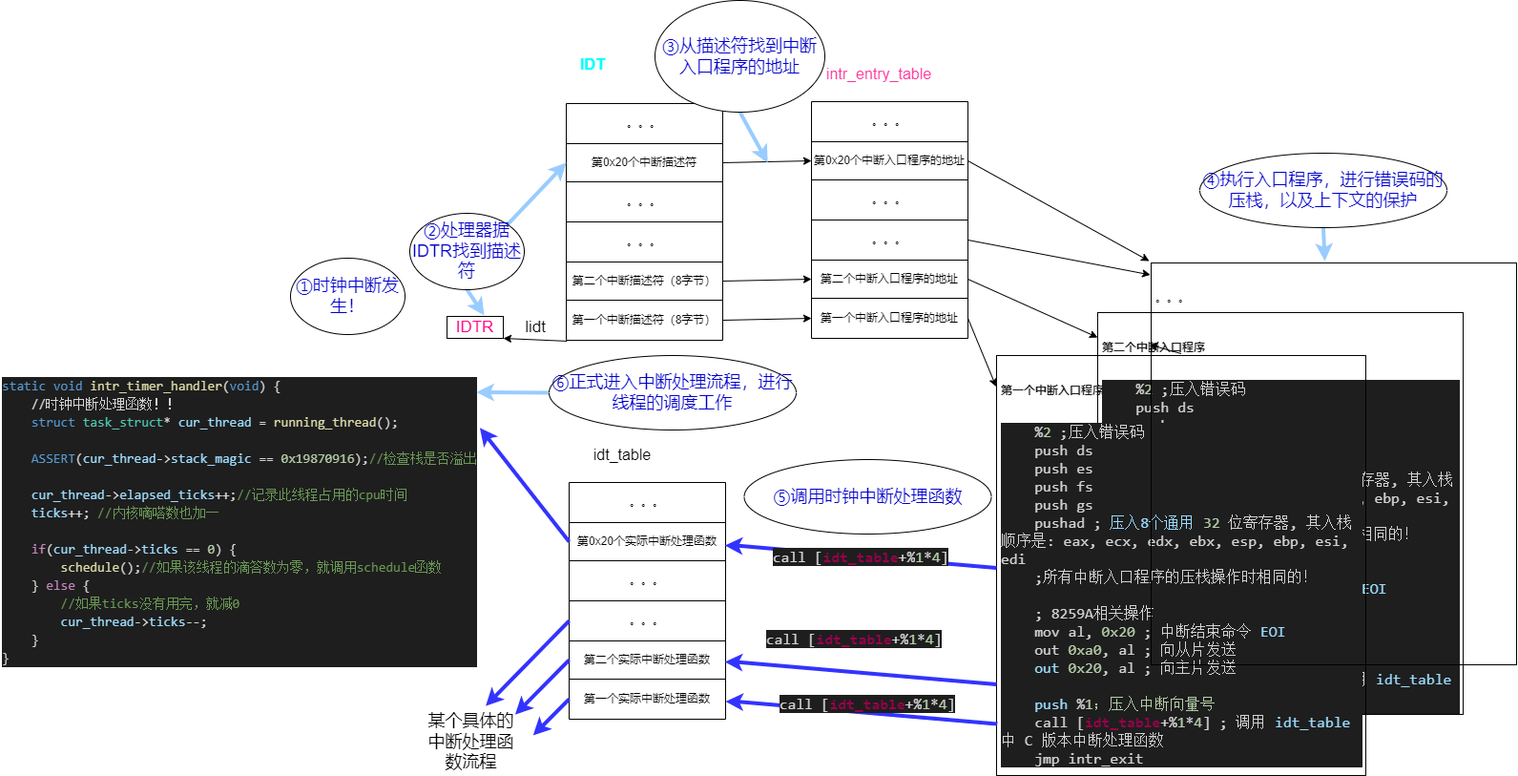
This is OS/中断.drawio.png from SixPlusAndTimes/drawio, a draw.io export, as it was before one commit. Source tidied: cells renumbered, new cells last; positions are measured from the earlier drawing's top-left corner, leaving out a move shared by most shapes.
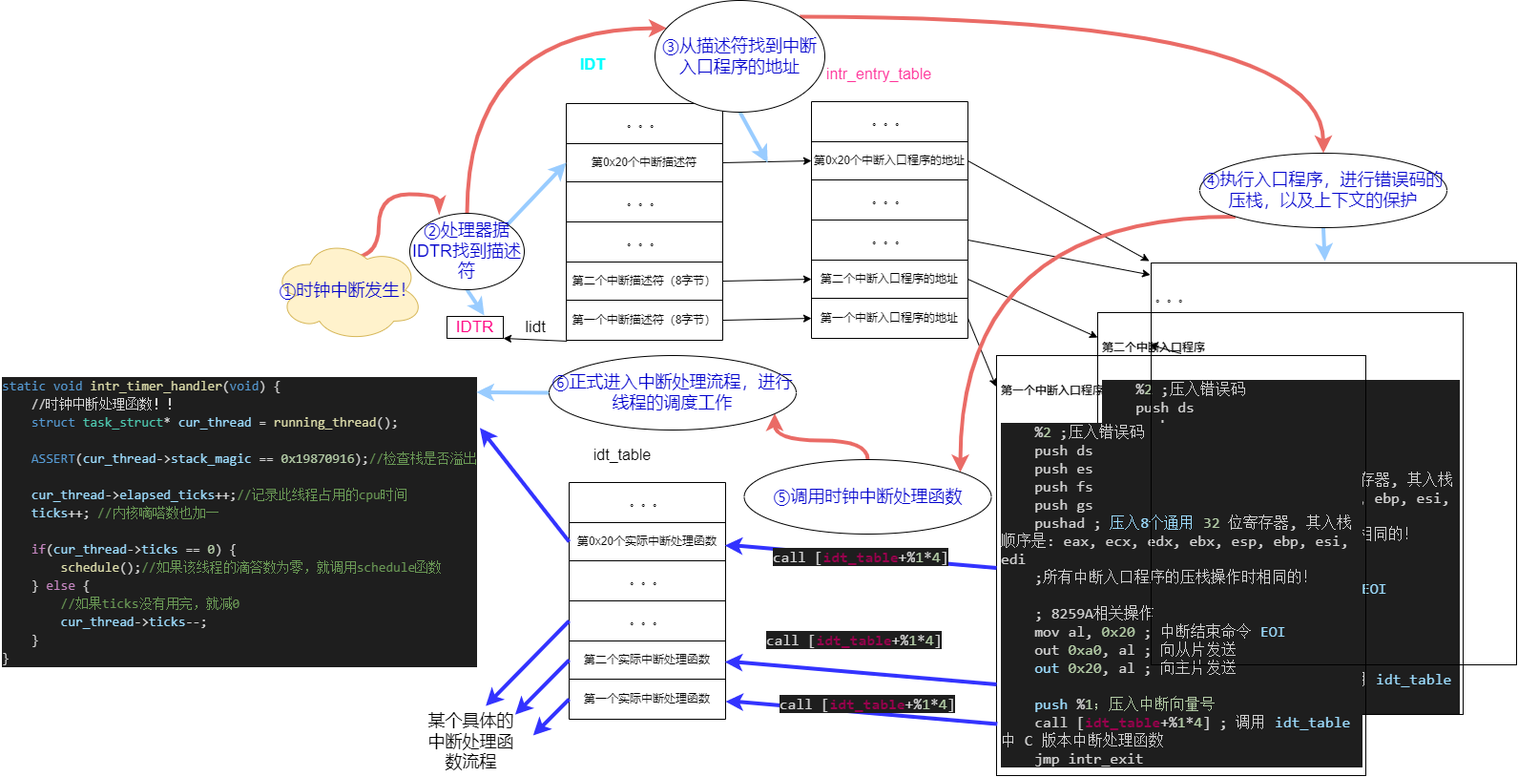
After the commit.

The edit, as a diff of the source:
```diff
@@ -228,9 +228,11 @@
     <mxCell id="69" value="&lt;font style=&quot;font-size: 18px;&quot;&gt;某个具体的中断处理函数流程&lt;/font&gt;" style="text;html=1;strokeColor=none;fillColor=none;align=center;verticalAlign=middle;whiteSpace=wrap;rounded=0;fontSize=11;fontColor=#000000;" parent="1" vertex="1">
       <mxGeometry x="447" y="758" width="93" height="38" as="geometry" />
     </mxCell>
-    <mxCell id="70" value="&lt;font color=&quot;#0000cc&quot;&gt;①时钟中断发生！&lt;/font&gt;" style="ellipse;whiteSpace=wrap;html=1;fontSize=18;fontColor=#FF0080;strokeColor=default;strokeWidth=1;" parent="1" vertex="1">
-      <mxGeometry x="304" y="270" width="120" height="80" as="geometry" />
-    </mxCell>
+    <mxCell id="81" style="edgeStyle=orthogonalEdgeStyle;curved=1;rounded=0;jettySize=auto;html=1;exitX=0.5;exitY=0;exitDx=0;exitDy=0;entryX=0.257;entryY=0.004;entryDx=0;entryDy=0;entryPerimeter=0;fontSize=18;fontColor=#0000CC;startArrow=none;startFill=0;endArrow=classicThin;endFill=1;strokeColor=#EA6B66;strokeWidth=4;" parent="1" edge="1" target="73">
+      <mxGeometry relative="1" as="geometry">
+        <mxPoint x="364" y="270" as="sourcePoint" />
+      </mxGeometry>
+    </mxCell>
     <mxCell id="71" style="edgeStyle=none;rounded=0;jettySize=auto;html=1;exitX=0.5;exitY=1;exitDx=0;exitDy=0;fontSize=18;fontColor=#0000CC;strokeColor=#99CCFF;strokeWidth=4;" parent="1" edge="1" source="73">
       <mxGeometry relative="1" as="geometry">
         <mxPoint x="507.1" y="330" as="targetPoint" />
@@ -239,6 +241,13 @@
     <mxCell id="72" style="edgeStyle=none;rounded=0;jettySize=auto;html=1;exitX=1;exitY=0;exitDx=0;exitDy=0;entryX=0;entryY=0.5;entryDx=0;entryDy=0;fontSize=18;fontColor=#0000CC;strokeColor=#99CCFF;strokeWidth=4;" parent="1" edge="1" source="73" target="6">
       <mxGeometry relative="1" as="geometry" />
     </mxCell>
+    <mxCell id="82" style="edgeStyle=orthogonalEdgeStyle;curved=1;rounded=0;jettySize=auto;html=1;exitX=0.5;exitY=0;exitDx=0;exitDy=0;fontSize=18;fontColor=#0000CC;startArrow=none;startFill=0;endArrow=classic;endFill=1;strokeColor=#EA6B66;strokeWidth=4;" parent="1" edge="1" source="73" target="75">
+      <mxGeometry relative="1" as="geometry">
+        <Array as="points">
+          <mxPoint x="489" y="29" />
+        </Array>
+      </mxGeometry>
+    </mxCell>
     <mxCell id="73" value="&lt;font color=&quot;#0000cc&quot;&gt;②处理器据IDTR找到描述符&lt;/font&gt;" style="ellipse;whiteSpace=wrap;html=1;fontSize=18;fontColor=#FF0080;strokeColor=default;strokeWidth=1;" parent="1" vertex="1">
       <mxGeometry x="429" y="223" width="120" height="80" as="geometry" />
     </mxCell>
@@ -247,21 +256,37 @@
         <mxPoint x="804.1" y="170" as="targetPoint" />
       </mxGeometry>
     </mxCell>
+    <mxCell id="83" style="edgeStyle=orthogonalEdgeStyle;curved=1;rounded=0;jettySize=auto;html=1;exitX=1;exitY=0;exitDx=0;exitDy=0;entryX=0.5;entryY=0;entryDx=0;entryDy=0;fontSize=18;fontColor=#0000CC;startArrow=none;startFill=0;endArrow=classic;endFill=1;strokeColor=#EA6B66;strokeWidth=4;" parent="1" edge="1" source="75" target="77">
+      <mxGeometry relative="1" as="geometry" />
+    </mxCell>
     <mxCell id="75" value="&lt;font color=&quot;#0000cc&quot;&gt;③从描述符找到中断入口程序的地址&lt;/font&gt;" style="ellipse;whiteSpace=wrap;html=1;fontSize=18;fontColor=#FF0080;strokeColor=default;strokeWidth=1;" parent="1" vertex="1">
       <mxGeometry x="686" width="178" height="117" as="geometry" />
     </mxCell>
     <mxCell id="76" style="edgeStyle=none;rounded=0;jettySize=auto;html=1;exitX=0.5;exitY=1;exitDx=0;exitDy=0;fontSize=18;fontColor=#0000CC;strokeColor=#99CCFF;strokeWidth=4;" parent="1" edge="1" source="77" target="39">
       <mxGeometry relative="1" as="geometry" />
     </mxCell>
+    <mxCell id="84" style="edgeStyle=orthogonalEdgeStyle;curved=1;rounded=0;jettySize=auto;html=1;exitX=0;exitY=1;exitDx=0;exitDy=0;fontSize=18;fontColor=#0000CC;startArrow=none;startFill=0;endArrow=classic;endFill=1;strokeColor=#EA6B66;strokeWidth=4;" parent="1" edge="1" source="77" target="78">
+      <mxGeometry relative="1" as="geometry">
+        <Array as="points">
+          <mxPoint x="1006" y="227" />
+        </Array>
+      </mxGeometry>
+    </mxCell>
     <mxCell id="77" value="&lt;font color=&quot;#0000cc&quot;&gt;④执行入口程序，进行错误码的压栈，以及上下文的保护&lt;/font&gt;" style="ellipse;whiteSpace=wrap;html=1;fontSize=18;fontColor=#FF0080;strokeColor=default;strokeWidth=1;" parent="1" vertex="1">
       <mxGeometry x="1257" y="160" width="259" height="78" as="geometry" />
     </mxCell>
+    <mxCell id="85" style="edgeStyle=orthogonalEdgeStyle;curved=1;rounded=0;jettySize=auto;html=1;exitX=0.5;exitY=0;exitDx=0;exitDy=0;entryX=0.913;entryY=0.777;entryDx=0;entryDy=0;entryPerimeter=0;fontSize=18;fontColor=#0000CC;startArrow=none;startFill=0;endArrow=classic;endFill=1;strokeColor=#EA6B66;strokeWidth=4;" parent="1" edge="1" source="78" target="80">
+      <mxGeometry relative="1" as="geometry" />
+    </mxCell>
     <mxCell id="78" value="&lt;font color=&quot;#0000cc&quot;&gt;⑤调用时钟中断处理函数&lt;/font&gt;" style="ellipse;whiteSpace=wrap;html=1;fontSize=18;fontColor=#FF0080;strokeColor=default;strokeWidth=1;" parent="1" vertex="1">
       <mxGeometry x="779.5" y="481" width="259" height="78" as="geometry" />
     </mxCell>
     <mxCell id="79" style="edgeStyle=none;rounded=0;jettySize=auto;html=1;exitX=0;exitY=0.5;exitDx=0;exitDy=0;entryX=0.963;entryY=0.075;entryDx=0;entryDy=0;entryPerimeter=0;fontSize=18;fontColor=#0000CC;strokeColor=#99CCFF;strokeWidth=4;" parent="1" edge="1" source="80" target="64">
       <mxGeometry relative="1" as="geometry" />
     </mxCell>
+    <mxCell id="70" value="&lt;span style=&quot;color: rgb(0, 0, 204);&quot;&gt;①时钟中断发生！&lt;/span&gt;" style="ellipse;shape=cloud;whiteSpace=wrap;html=1;fontSize=18;strokeColor=#d6b656;strokeWidth=1;fillColor=#fff2cc;" parent="1" vertex="1">
+      <mxGeometry x="285" y="249.5" width="159" height="108" as="geometry" />
+    </mxCell>
     <mxCell id="80" value="&lt;font color=&quot;#0000cc&quot;&gt;⑥正式进入中断处理流程，进行线程的调度工作&lt;/font&gt;" style="ellipse;whiteSpace=wrap;html=1;fontSize=18;fontColor=#FF0080;strokeColor=default;strokeWidth=1;" parent="1" vertex="1">
       <mxGeometry x="575" y="372" width="259" height="78" as="geometry" />
     </mxCell>
```
